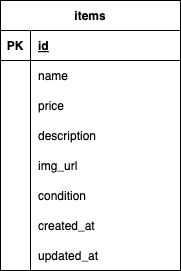
The draw.io diagram .drawio.png in hirata784/flea_market_app, before a commit. Source tidied: cells renumbered, new cells last; positions are measured from the earlier drawing's top-left corner, leaving out a move shared by most shapes.
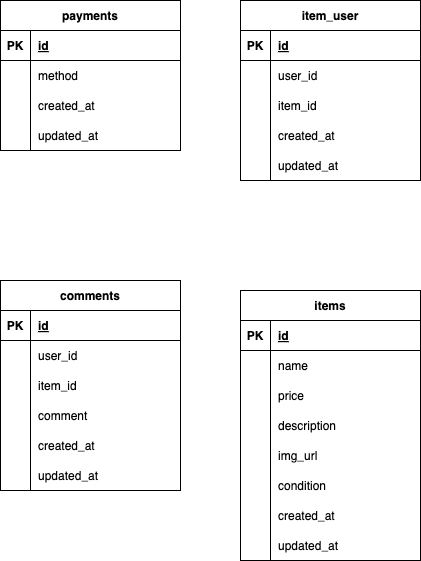
After the change.

The edit, as a diff of the source:
```diff
@@ -77,5 +77,149 @@
     <mxCell id="26" value="updated_at" style="shape=partialRectangle;fillColor=none;top=0;left=0;bottom=0;right=0;align=left;spacingLeft=6;overflow=hidden;" parent="24" vertex="1">
       <mxGeometry x="30" width="150" height="30" as="geometry" />
     </mxCell>
+    <mxCell id="27" value="item_user" style="shape=table;startSize=30;rowLines=0;fontStyle=1;align=center;" parent="1" vertex="1">
+      <mxGeometry y="-290" width="180" height="180" as="geometry" />
+    </mxCell>
+    <mxCell id="28" style="shape=tableRow;horizontal=0;startSize=0;swimlaneHead=0;swimlaneBody=0;fillColor=none;top=0;left=0;right=0;bottom=1;" parent="27" vertex="1">
+      <mxGeometry y="30" width="180" height="30" as="geometry" />
+    </mxCell>
+    <mxCell id="29" value="PK" style="shape=partialRectangle;fillColor=none;top=0;left=0;bottom=0;right=0;fontStyle=1;overflow=hidden;" parent="28" vertex="1">
+      <mxGeometry width="30" height="30" as="geometry" />
+    </mxCell>
+    <mxCell id="30" value="id" style="shape=partialRectangle;fillColor=none;top=0;left=0;bottom=0;right=0;align=left;spacingLeft=6;fontStyle=5;overflow=hidden;" parent="28" vertex="1">
+      <mxGeometry x="30" width="150" height="30" as="geometry" />
+    </mxCell>
+    <mxCell id="31" style="shape=tableRow;horizontal=0;startSize=0;swimlaneHead=0;swimlaneBody=0;fillColor=none;top=0;left=0;right=0;bottom=0;" parent="27" vertex="1">
+      <mxGeometry y="60" width="180" height="30" as="geometry" />
+    </mxCell>
+    <mxCell id="32" style="shape=partialRectangle;fillColor=none;top=0;left=0;bottom=0;right=0;overflow=hidden;" parent="31" vertex="1">
+      <mxGeometry width="30" height="30" as="geometry" />
+    </mxCell>
+    <mxCell id="33" value="user_id" style="shape=partialRectangle;fillColor=none;top=0;left=0;bottom=0;right=0;align=left;spacingLeft=6;overflow=hidden;" parent="31" vertex="1">
+      <mxGeometry x="30" width="150" height="30" as="geometry" />
+    </mxCell>
+    <mxCell id="34" style="shape=tableRow;horizontal=0;startSize=0;swimlaneHead=0;swimlaneBody=0;fillColor=none;top=0;left=0;right=0;bottom=0;" parent="27" vertex="1">
+      <mxGeometry y="90" width="180" height="30" as="geometry" />
+    </mxCell>
+    <mxCell id="35" style="shape=partialRectangle;fillColor=none;top=0;left=0;bottom=0;right=0;overflow=hidden;" parent="34" vertex="1">
+      <mxGeometry width="30" height="30" as="geometry" />
+    </mxCell>
+    <mxCell id="36" value="item_id" style="shape=partialRectangle;fillColor=none;top=0;left=0;bottom=0;right=0;align=left;spacingLeft=6;overflow=hidden;" parent="34" vertex="1">
+      <mxGeometry x="30" width="150" height="30" as="geometry" />
+    </mxCell>
+    <mxCell id="37" style="shape=tableRow;horizontal=0;startSize=0;swimlaneHead=0;swimlaneBody=0;fillColor=none;top=0;left=0;right=0;bottom=0;" parent="27" vertex="1">
+      <mxGeometry y="120" width="180" height="30" as="geometry" />
+    </mxCell>
+    <mxCell id="38" style="shape=partialRectangle;fillColor=none;top=0;left=0;bottom=0;right=0;overflow=hidden;" parent="37" vertex="1">
+      <mxGeometry width="30" height="30" as="geometry" />
+    </mxCell>
+    <mxCell id="39" value="created_at" style="shape=partialRectangle;fillColor=none;top=0;left=0;bottom=0;right=0;align=left;spacingLeft=6;overflow=hidden;" parent="37" vertex="1">
+      <mxGeometry x="30" width="150" height="30" as="geometry" />
+    </mxCell>
+    <mxCell id="40" style="shape=tableRow;horizontal=0;startSize=0;swimlaneHead=0;swimlaneBody=0;fillColor=none;top=0;left=0;right=0;bottom=0;" parent="27" vertex="1">
+      <mxGeometry y="150" width="180" height="30" as="geometry" />
+    </mxCell>
+    <mxCell id="41" style="shape=partialRectangle;fillColor=none;top=0;left=0;bottom=0;right=0;overflow=hidden;" parent="40" vertex="1">
+      <mxGeometry width="30" height="30" as="geometry" />
+    </mxCell>
+    <mxCell id="42" value="updated_at" style="shape=partialRectangle;fillColor=none;top=0;left=0;bottom=0;right=0;align=left;spacingLeft=6;overflow=hidden;" parent="40" vertex="1">
+      <mxGeometry x="30" width="150" height="30" as="geometry" />
+    </mxCell>
+    <mxCell id="43" value="payments" style="shape=table;startSize=30;rowLines=0;fontStyle=1;align=center;" parent="1" vertex="1">
+      <mxGeometry x="-240" y="-290" width="180" height="150" as="geometry" />
+    </mxCell>
+    <mxCell id="44" style="shape=tableRow;horizontal=0;startSize=0;swimlaneHead=0;swimlaneBody=0;fillColor=none;top=0;left=0;right=0;bottom=1;" parent="43" vertex="1">
+      <mxGeometry y="30" width="180" height="30" as="geometry" />
+    </mxCell>
+    <mxCell id="45" value="PK" style="shape=partialRectangle;fillColor=none;top=0;left=0;bottom=0;right=0;fontStyle=1;overflow=hidden;" parent="44" vertex="1">
+      <mxGeometry width="30" height="30" as="geometry" />
+    </mxCell>
+    <mxCell id="46" value="id" style="shape=partialRectangle;fillColor=none;top=0;left=0;bottom=0;right=0;align=left;spacingLeft=6;fontStyle=5;overflow=hidden;" parent="44" vertex="1">
+      <mxGeometry x="30" width="150" height="30" as="geometry" />
+    </mxCell>
+    <mxCell id="47" style="shape=tableRow;horizontal=0;startSize=0;swimlaneHead=0;swimlaneBody=0;fillColor=none;top=0;left=0;right=0;bottom=0;" parent="43" vertex="1">
+      <mxGeometry y="60" width="180" height="30" as="geometry" />
+    </mxCell>
+    <mxCell id="48" style="shape=partialRectangle;fillColor=none;top=0;left=0;bottom=0;right=0;overflow=hidden;" parent="47" vertex="1">
+      <mxGeometry width="30" height="30" as="geometry" />
+    </mxCell>
+    <mxCell id="49" value="method" style="shape=partialRectangle;fillColor=none;top=0;left=0;bottom=0;right=0;align=left;spacingLeft=6;overflow=hidden;" parent="47" vertex="1">
+      <mxGeometry x="30" width="150" height="30" as="geometry" />
+    </mxCell>
+    <mxCell id="50" style="shape=tableRow;horizontal=0;startSize=0;swimlaneHead=0;swimlaneBody=0;fillColor=none;top=0;left=0;right=0;bottom=0;" parent="43" vertex="1">
+      <mxGeometry y="90" width="180" height="30" as="geometry" />
+    </mxCell>
+    <mxCell id="51" style="shape=partialRectangle;fillColor=none;top=0;left=0;bottom=0;right=0;overflow=hidden;" parent="50" vertex="1">
+      <mxGeometry width="30" height="30" as="geometry" />
+    </mxCell>
+    <mxCell id="52" value="created_at" style="shape=partialRectangle;fillColor=none;top=0;left=0;bottom=0;right=0;align=left;spacingLeft=6;overflow=hidden;" parent="50" vertex="1">
+      <mxGeometry x="30" width="150" height="30" as="geometry" />
+    </mxCell>
+    <mxCell id="53" style="shape=tableRow;horizontal=0;startSize=0;swimlaneHead=0;swimlaneBody=0;fillColor=none;top=0;left=0;right=0;bottom=0;" parent="43" vertex="1">
+      <mxGeometry y="120" width="180" height="30" as="geometry" />
+    </mxCell>
+    <mxCell id="54" style="shape=partialRectangle;fillColor=none;top=0;left=0;bottom=0;right=0;overflow=hidden;" parent="53" vertex="1">
+      <mxGeometry width="30" height="30" as="geometry" />
+    </mxCell>
+    <mxCell id="55" value="updated_at" style="shape=partialRectangle;fillColor=none;top=0;left=0;bottom=0;right=0;align=left;spacingLeft=6;overflow=hidden;" parent="53" vertex="1">
+      <mxGeometry x="30" width="150" height="30" as="geometry" />
+    </mxCell>
+    <mxCell id="56" value="comments" style="shape=table;startSize=30;rowLines=0;fontStyle=1;align=center;" parent="1" vertex="1">
+      <mxGeometry x="-240" y="-10" width="180" height="210" as="geometry" />
+    </mxCell>
+    <mxCell id="57" style="shape=tableRow;horizontal=0;startSize=0;swimlaneHead=0;swimlaneBody=0;fillColor=none;top=0;left=0;right=0;bottom=1;" parent="56" vertex="1">
+      <mxGeometry y="30" width="180" height="30" as="geometry" />
+    </mxCell>
+    <mxCell id="58" value="PK" style="shape=partialRectangle;fillColor=none;top=0;left=0;bottom=0;right=0;fontStyle=1;overflow=hidden;" parent="57" vertex="1">
+      <mxGeometry width="30" height="30" as="geometry" />
+    </mxCell>
+    <mxCell id="59" value="id" style="shape=partialRectangle;fillColor=none;top=0;left=0;bottom=0;right=0;align=left;spacingLeft=6;fontStyle=5;overflow=hidden;" parent="57" vertex="1">
+      <mxGeometry x="30" width="150" height="30" as="geometry" />
+    </mxCell>
+    <mxCell id="60" style="shape=tableRow;horizontal=0;startSize=0;swimlaneHead=0;swimlaneBody=0;fillColor=none;top=0;left=0;right=0;bottom=0;" parent="56" vertex="1">
+      <mxGeometry y="60" width="180" height="30" as="geometry" />
+    </mxCell>
+    <mxCell id="61" style="shape=partialRectangle;fillColor=none;top=0;left=0;bottom=0;right=0;overflow=hidden;" parent="60" vertex="1">
+      <mxGeometry width="30" height="30" as="geometry" />
+    </mxCell>
+    <mxCell id="62" value="user_id" style="shape=partialRectangle;fillColor=none;top=0;left=0;bottom=0;right=0;align=left;spacingLeft=6;overflow=hidden;" parent="60" vertex="1">
+      <mxGeometry x="30" width="150" height="30" as="geometry" />
+    </mxCell>
+    <mxCell id="63" style="shape=tableRow;horizontal=0;startSize=0;swimlaneHead=0;swimlaneBody=0;fillColor=none;top=0;left=0;right=0;bottom=0;" parent="56" vertex="1">
+      <mxGeometry y="90" width="180" height="30" as="geometry" />
+    </mxCell>
+    <mxCell id="64" style="shape=partialRectangle;fillColor=none;top=0;left=0;bottom=0;right=0;overflow=hidden;" parent="63" vertex="1">
+      <mxGeometry width="30" height="30" as="geometry" />
+    </mxCell>
+    <mxCell id="65" value="item_id" style="shape=partialRectangle;fillColor=none;top=0;left=0;bottom=0;right=0;align=left;spacingLeft=6;overflow=hidden;" parent="63" vertex="1">
+      <mxGeometry x="30" width="150" height="30" as="geometry" />
+    </mxCell>
+    <mxCell id="66" style="shape=tableRow;horizontal=0;startSize=0;swimlaneHead=0;swimlaneBody=0;fillColor=none;top=0;left=0;right=0;bottom=0;" parent="56" vertex="1">
+      <mxGeometry y="120" width="180" height="30" as="geometry" />
+    </mxCell>
+    <mxCell id="67" style="shape=partialRectangle;fillColor=none;top=0;left=0;bottom=0;right=0;overflow=hidden;" parent="66" vertex="1">
+      <mxGeometry width="30" height="30" as="geometry" />
+    </mxCell>
+    <mxCell id="68" value="comment" style="shape=partialRectangle;fillColor=none;top=0;left=0;bottom=0;right=0;align=left;spacingLeft=6;overflow=hidden;" parent="66" vertex="1">
+      <mxGeometry x="30" width="150" height="30" as="geometry" />
+    </mxCell>
+    <mxCell id="69" style="shape=tableRow;horizontal=0;startSize=0;swimlaneHead=0;swimlaneBody=0;fillColor=none;top=0;left=0;right=0;bottom=0;" parent="56" vertex="1">
+      <mxGeometry y="150" width="180" height="30" as="geometry" />
+    </mxCell>
+    <mxCell id="70" style="shape=partialRectangle;fillColor=none;top=0;left=0;bottom=0;right=0;overflow=hidden;" parent="69" vertex="1">
+      <mxGeometry width="30" height="30" as="geometry" />
+    </mxCell>
+    <mxCell id="71" value="created_at" style="shape=partialRectangle;fillColor=none;top=0;left=0;bottom=0;right=0;align=left;spacingLeft=6;overflow=hidden;" parent="69" vertex="1">
+      <mxGeometry x="30" width="150" height="30" as="geometry" />
+    </mxCell>
+    <mxCell id="72" style="shape=tableRow;horizontal=0;startSize=0;swimlaneHead=0;swimlaneBody=0;fillColor=none;top=0;left=0;right=0;bottom=0;" parent="56" vertex="1">
+      <mxGeometry y="180" width="180" height="30" as="geometry" />
+    </mxCell>
+    <mxCell id="73" style="shape=partialRectangle;fillColor=none;top=0;left=0;bottom=0;right=0;overflow=hidden;" parent="72" vertex="1">
+      <mxGeometry width="30" height="30" as="geometry" />
+    </mxCell>
+    <mxCell id="74" value="updated_at" style="shape=partialRectangle;fillColor=none;top=0;left=0;bottom=0;right=0;align=left;spacingLeft=6;overflow=hidden;" parent="72" vertex="1">
+      <mxGeometry x="30" width="150" height="30" as="geometry" />
+    </mxCell>
   </root>
 </mxGraphModel>
```
